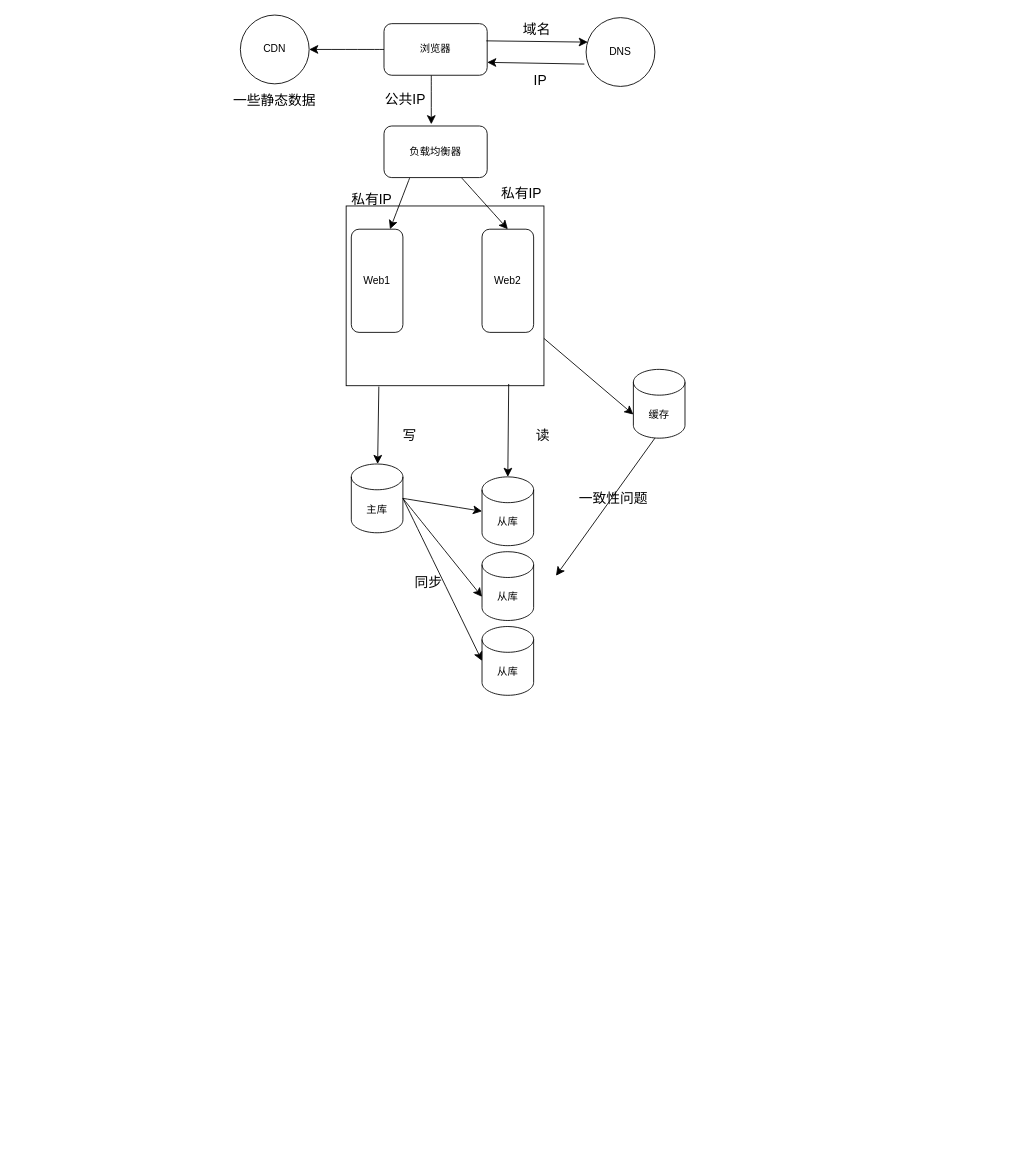
This is 系统设计.drawio from 1155200424/diagrams, a draw.io file, before an edit. Source tidied: cells renumbered, new cells numbered last; positions are measured from the earlier drawing's top-left corner, leaving out a move shared by most shapes. Both pictures are drawn from the tidied source at 86%, with x=0, y=0 at pixel (228, 15).
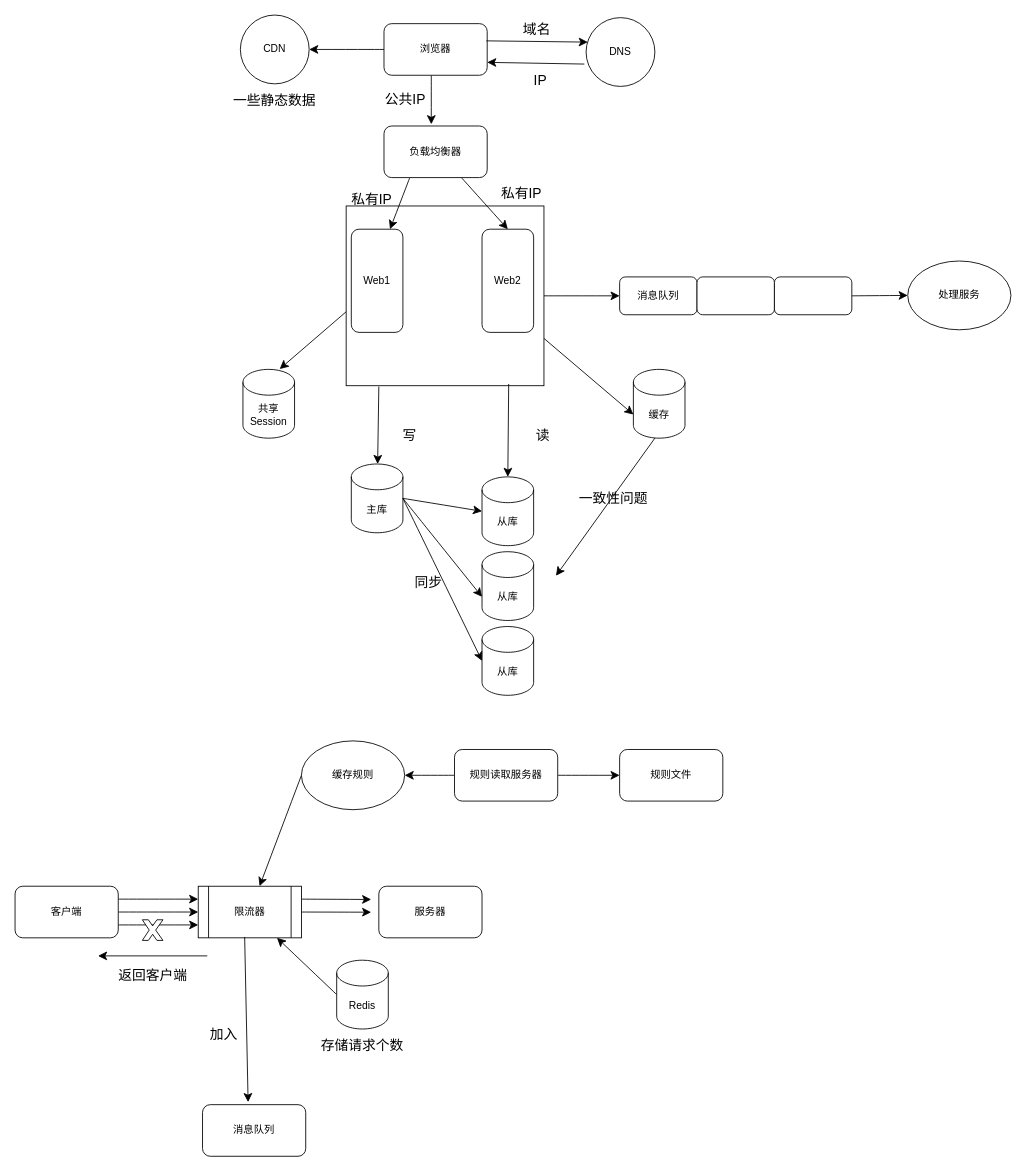
Above is the later version.

Commit message:
更新系统设计.drawio

Unchanged cells that the change refers to:
```xml
<mxCell id="2" style="rounded=0;whiteSpace=wrap;html=1;" parent="1" vertex="1">
  <mxGeometry x="137" y="222" width="230" height="209" as="geometry" />
</mxCell>
```

What changed in the source:
```diff
@@
+    <mxCell id="37" style="edgeStyle=none;curved=1;rounded=0;jettySize=auto;html=1;exitX=1;exitY=0.5;exitDx=0;exitDy=0;fontSize=12;startSize=8;endSize=8;" parent="1" edge="1" source="2" target="41">
+      <mxGeometry relative="1" as="geometry" />
+    </mxCell>
@@
+    <mxCell id="38" value="共享Session" style="shape=cylinder3;whiteSpace=wrap;html=1;boundedLbl=1;backgroundOutline=1;size=15;" parent="1" vertex="1">
+      <mxGeometry x="17" y="412" width="60" height="80" as="geometry" />
+    </mxCell>
+    <mxCell id="39" style="endArrow=classic;html=1;rounded=0;fontSize=12;startSize=8;endSize=8;entryX=0.712;entryY=-0.005;entryDx=0;entryDy=0;entryPerimeter=0;" parent="1" edge="1" target="38">
+      <mxGeometry relative="1" as="geometry">
+        <mxPoint x="137" y="345" as="sourcePoint" />
+      </mxGeometry>
+    </mxCell>
+    <mxCell id="40" style="group;" parent="1" vertex="1">
+      <mxGeometry x="455" y="304.5" width="270" height="44" as="geometry" />
+    </mxCell>
+    <mxCell id="41" value="消息队列" style="rounded=1;whiteSpace=wrap;html=1;" parent="40" vertex="1">
+      <mxGeometry width="90" height="44" as="geometry" />
+    </mxCell>
+    <mxCell id="42" style="edgeStyle=none;curved=1;rounded=0;jettySize=auto;html=1;exitX=1;exitY=0.5;exitDx=0;exitDy=0;fontSize=12;startSize=8;endSize=8;" parent="40" edge="1" source="43" target="44">
+      <mxGeometry relative="1" as="geometry" />
+    </mxCell>
+    <mxCell id="43" style="rounded=1;whiteSpace=wrap;html=1;" parent="40" vertex="1">
+      <mxGeometry x="90" width="90" height="44" as="geometry" />
+    </mxCell>
+    <mxCell id="44" style="rounded=1;whiteSpace=wrap;html=1;" parent="40" vertex="1">
+      <mxGeometry x="180" width="90" height="44" as="geometry" />
+    </mxCell>
+    <mxCell id="45" value="处理服务" style="ellipse;whiteSpace=wrap;html=1;" parent="1" vertex="1">
+      <mxGeometry x="790" y="286" width="120" height="80" as="geometry" />
+    </mxCell>
+    <mxCell id="46" style="edgeStyle=none;curved=1;rounded=0;jettySize=auto;html=1;exitX=1;exitY=0.5;exitDx=0;exitDy=0;entryX=0;entryY=0.5;entryDx=0;entryDy=0;fontSize=12;startSize=8;endSize=8;" parent="1" edge="1" source="44" target="45">
+      <mxGeometry relative="1" as="geometry" />
+    </mxCell>
+    <mxCell id="47" style="edgeStyle=none;curved=1;rounded=0;jettySize=auto;html=1;exitX=1;exitY=0.25;exitDx=0;exitDy=0;entryX=0;entryY=0.25;entryDx=0;entryDy=0;fontSize=12;startSize=8;endSize=8;" parent="1" edge="1" source="50" target="53">
+      <mxGeometry relative="1" as="geometry" />
+    </mxCell>
+    <mxCell id="48" style="edgeStyle=none;curved=1;rounded=0;jettySize=auto;html=1;exitX=1;exitY=0.5;exitDx=0;exitDy=0;entryX=0;entryY=0.5;entryDx=0;entryDy=0;fontSize=12;startSize=8;endSize=8;" parent="1" edge="1" source="50" target="53">
+      <mxGeometry relative="1" as="geometry" />
+    </mxCell>
+    <mxCell id="49" style="edgeStyle=none;curved=1;rounded=0;jettySize=auto;html=1;exitX=1;exitY=0.75;exitDx=0;exitDy=0;entryX=0;entryY=0.75;entryDx=0;entryDy=0;fontSize=12;startSize=8;endSize=8;" parent="1" edge="1" source="50" target="53">
+      <mxGeometry relative="1" as="geometry" />
+    </mxCell>
+    <mxCell id="50" value="客户端" style="rounded=1;whiteSpace=wrap;html=1;" parent="1" vertex="1">
+      <mxGeometry x="-248" y="1013" width="120" height="60" as="geometry" />
+    </mxCell>
+    <mxCell id="51" style="edgeStyle=none;curved=1;rounded=0;jettySize=auto;html=1;exitX=1;exitY=0.25;exitDx=0;exitDy=0;fontSize=12;startSize=8;endSize=8;" parent="1" edge="1" source="53">
+      <mxGeometry relative="1" as="geometry">
+        <mxPoint x="166.1" y="1028.4" as="targetPoint" />
+      </mxGeometry>
+    </mxCell>
+    <mxCell id="52" style="edgeStyle=none;curved=1;rounded=0;jettySize=auto;html=1;exitX=1;exitY=0.5;exitDx=0;exitDy=0;fontSize=12;startSize=8;endSize=8;" parent="1" edge="1" source="53">
+      <mxGeometry relative="1" as="geometry">
+        <mxPoint x="166.1" y="1043.2" as="targetPoint" />
+      </mxGeometry>
+    </mxCell>
+    <mxCell id="53" value="限流器" style="shape=process;whiteSpace=wrap;html=1;backgroundOutline=1;" parent="1" vertex="1">
+      <mxGeometry x="-35" y="1013" width="120" height="60" as="geometry" />
+    </mxCell>
+    <mxCell id="54" value="服务器" style="rounded=1;whiteSpace=wrap;html=1;" parent="1" vertex="1">
+      <mxGeometry x="175" y="1013" width="120" height="60" as="geometry" />
+    </mxCell>
+    <mxCell id="55" style="verticalLabelPosition=bottom;verticalAlign=top;html=1;shape=mxgraph.basic.x;" parent="1" vertex="1">
+      <mxGeometry x="-100" y="1052" width="24" height="24" as="geometry" />
+    </mxCell>
+    <mxCell id="56" style="edgeStyle=none;curved=1;rounded=0;jettySize=auto;html=1;exitX=0;exitY=0.5;exitDx=0;exitDy=0;exitPerimeter=0;fontSize=12;startSize=8;endSize=8;" parent="1" edge="1" source="57" target="53">
+      <mxGeometry relative="1" as="geometry" />
+    </mxCell>
+    <mxCell id="57" value="Redis" style="shape=cylinder3;whiteSpace=wrap;html=1;boundedLbl=1;backgroundOutline=1;size=15;" parent="1" vertex="1">
+      <mxGeometry x="126" y="1099" width="60" height="80" as="geometry" />
+    </mxCell>
+    <mxCell id="58" value="存储请求个数" style="text;html=1;align=center;verticalAlign=middle;whiteSpace=wrap;rounded=0;fontSize=16;" parent="1" vertex="1">
+      <mxGeometry x="106" y="1183" width="100" height="30" as="geometry" />
+    </mxCell>
+    <mxCell id="59" style="edgeStyle=none;curved=1;rounded=0;jettySize=auto;html=1;exitX=0;exitY=0.5;exitDx=0;exitDy=0;fontSize=12;startSize=8;endSize=8;" parent="1" edge="1" source="60" target="53">
+      <mxGeometry relative="1" as="geometry" />
+    </mxCell>
+    <mxCell id="60" value="缓存规则" style="ellipse;whiteSpace=wrap;html=1;" parent="1" vertex="1">
+      <mxGeometry x="85" y="844" width="120" height="80" as="geometry" />
+    </mxCell>
+    <mxCell id="61" style="edgeStyle=none;curved=1;rounded=0;jettySize=auto;html=1;exitX=1;exitY=0.5;exitDx=0;exitDy=0;entryX=0;entryY=0.5;entryDx=0;entryDy=0;fontSize=12;startSize=8;endSize=8;" parent="1" edge="1" source="63" target="64">
+      <mxGeometry relative="1" as="geometry" />
+    </mxCell>
+    <mxCell id="62" style="edgeStyle=none;curved=1;rounded=0;jettySize=auto;html=1;exitX=0;exitY=0.5;exitDx=0;exitDy=0;entryX=1;entryY=0.5;entryDx=0;entryDy=0;fontSize=12;startSize=8;endSize=8;" parent="1" edge="1" source="63" target="60">
+      <mxGeometry relative="1" as="geometry" />
+    </mxCell>
+    <mxCell id="63" value="规则读取服务器" style="rounded=1;whiteSpace=wrap;html=1;" parent="1" vertex="1">
+      <mxGeometry x="263" y="854" width="120" height="60" as="geometry" />
+    </mxCell>
+    <mxCell id="64" value="规则文件" style="rounded=1;whiteSpace=wrap;html=1;" parent="1" vertex="1">
+      <mxGeometry x="455" y="854" width="120" height="60" as="geometry" />
+    </mxCell>
+    <mxCell id="65" style="endArrow=classic;html=1;rounded=0;fontSize=12;startSize=8;endSize=8;" parent="1" edge="1">
+      <mxGeometry relative="1" as="geometry">
+        <mxPoint x="-24.5" y="1094" as="sourcePoint" />
+        <mxPoint x="-151.5" y="1094" as="targetPoint" />
+      </mxGeometry>
+    </mxCell>
+    <mxCell id="66" value="返回客户端" style="text;html=1;align=center;verticalAlign=middle;whiteSpace=wrap;rounded=0;fontSize=16;" parent="1" vertex="1">
+      <mxGeometry x="-134.5" y="1102" width="93" height="30" as="geometry" />
+    </mxCell>
+    <mxCell id="67" style="endArrow=classic;html=1;rounded=0;fontSize=12;startSize=8;endSize=8;" parent="1" edge="1">
+      <mxGeometry relative="1" as="geometry">
+        <mxPoint x="19" y="1072" as="sourcePoint" />
+        <mxPoint x="23" y="1264" as="targetPoint" />
+      </mxGeometry>
+    </mxCell>
+    <mxCell id="68" value="消息队列" style="rounded=1;whiteSpace=wrap;html=1;" parent="1" vertex="1">
+      <mxGeometry x="-30" y="1267" width="120" height="60" as="geometry" />
+    </mxCell>
+    <mxCell id="69" value="加入" style="text;html=1;align=center;verticalAlign=middle;whiteSpace=wrap;rounded=0;fontSize=16;" parent="1" vertex="1">
+      <mxGeometry x="-35" y="1170" width="60" height="30" as="geometry" />
+    </mxCell>
```
